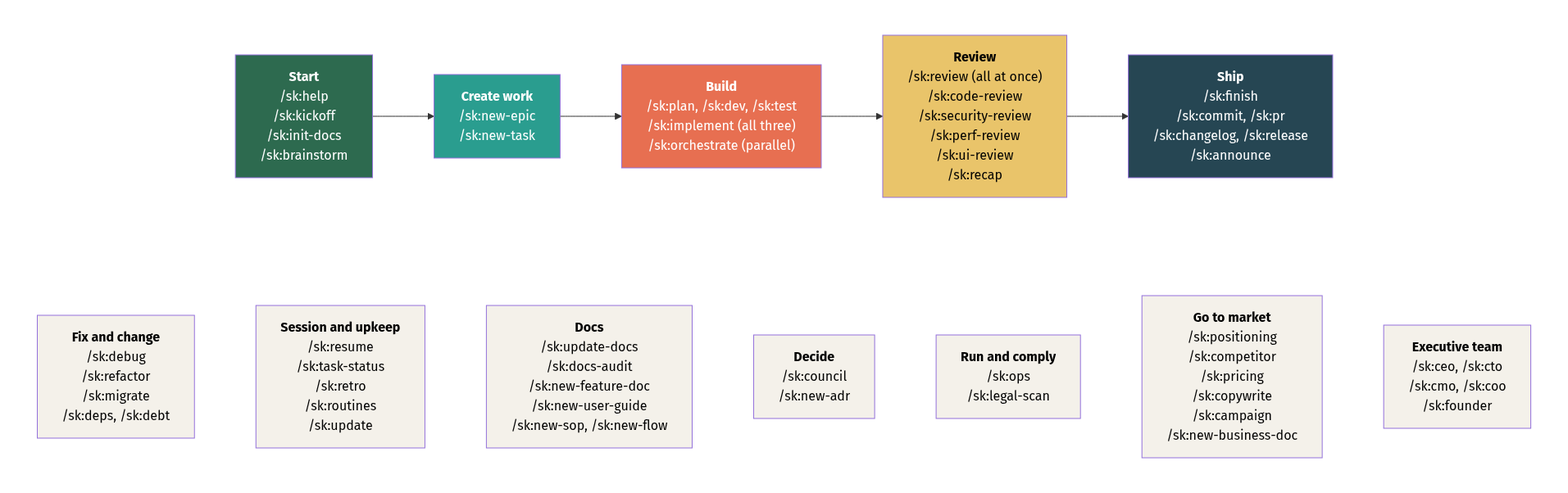
This is assets/command-map.png from moniav/sk, a Mermaid export, as it was before one commit. Its source is kept beside it as assets/src/command-map.mmd.
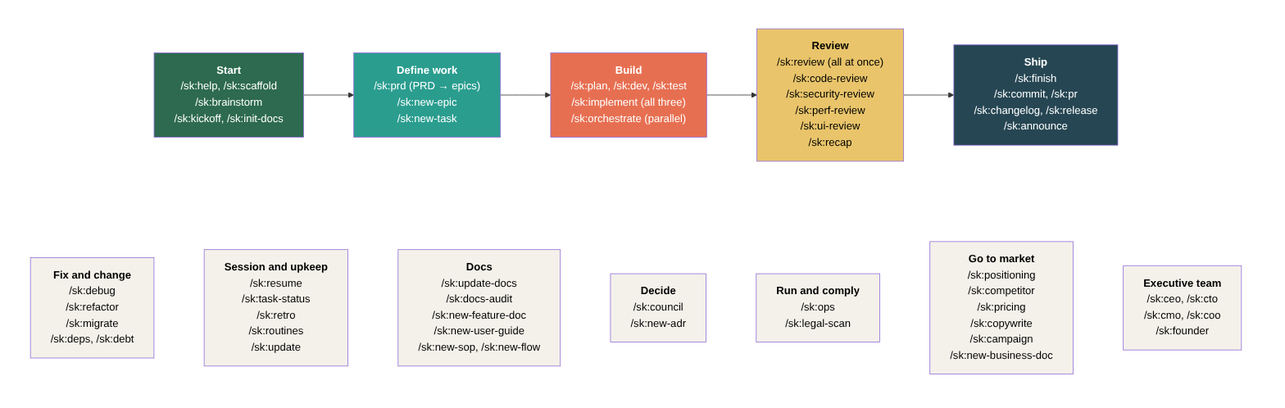
After the change.

The edit, as a diff of the source:
```diff
@@ -1,8 +1,8 @@
 flowchart TB
     subgraph flow [" "]
         direction LR
-        GS["<b>Start</b><br/>/sk:help<br/>/sk:kickoff<br/>/sk:init-docs<br/>/sk:brainstorm"]
-        CR["<b>Create work</b><br/>/sk:new-epic<br/>/sk:new-task"]
+        GS["<b>Start</b><br/>/sk:help, /sk:scaffold<br/>/sk:brainstorm<br/>/sk:kickoff, /sk:init-docs"]
+        CR["<b>Define work</b><br/>/sk:prd (PRD → epics)<br/>/sk:new-epic<br/>/sk:new-task"]
         LC["<b>Build</b><br/>/sk:plan, /sk:dev, /sk:test<br/>/sk:implement (all three)<br/>/sk:orchestrate (parallel)"]
         QA["<b>Review</b><br/>/sk:review (all at once)<br/>/sk:code-review<br/>/sk:security-review<br/>/sk:perf-review<br/>/sk:ui-review<br/>/sk:recap"]
         SH["<b>Ship</b><br/>/sk:finish<br/>/sk:commit, /sk:pr<br/>/sk:changelog, /sk:release<br/>/sk:announce"]
```
